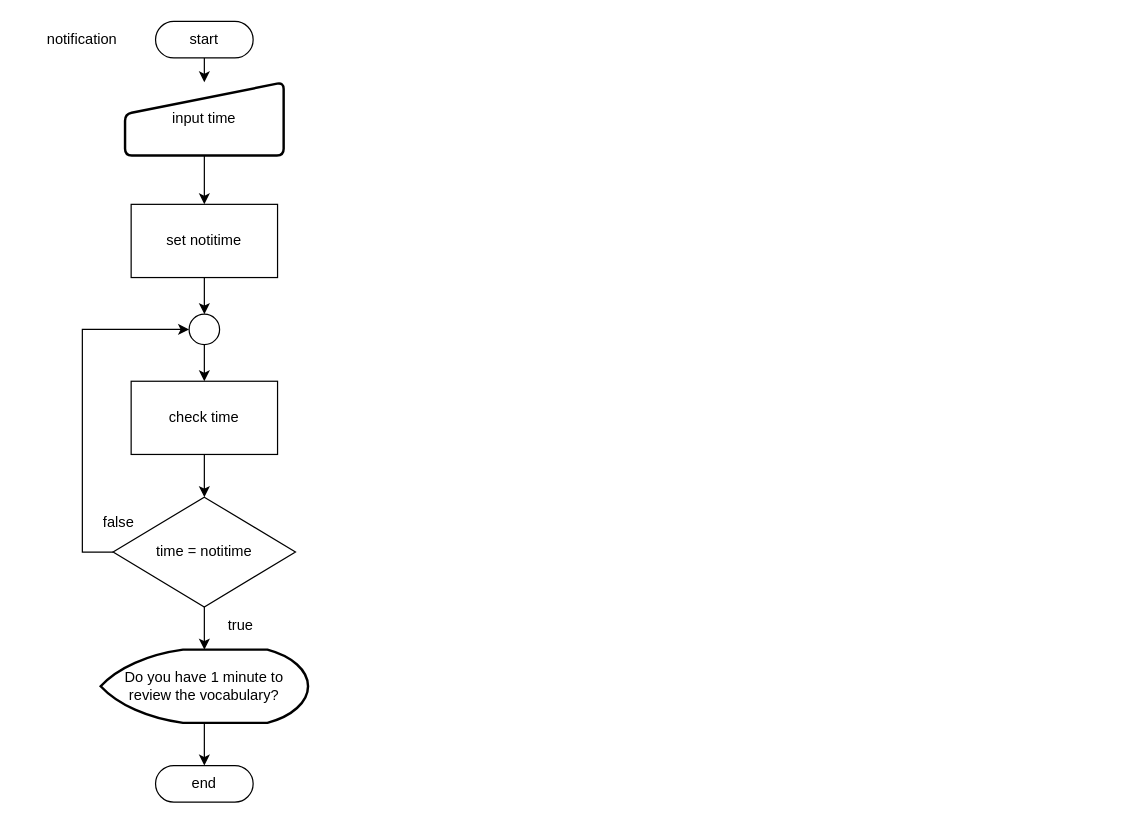
This is page "หน้า-4" (4 of 4) of FowChart.drawio from RachataS/translate_quize_demo, a draw.io file, before an edit. Source tidied: cells renumbered, new cells numbered last; positions are measured from the earlier drawing's top-left corner, leaving out a move shared by most shapes. Both pictures are drawn from the tidied source at 122%, with x=0, y=0 at pixel (21, 21).
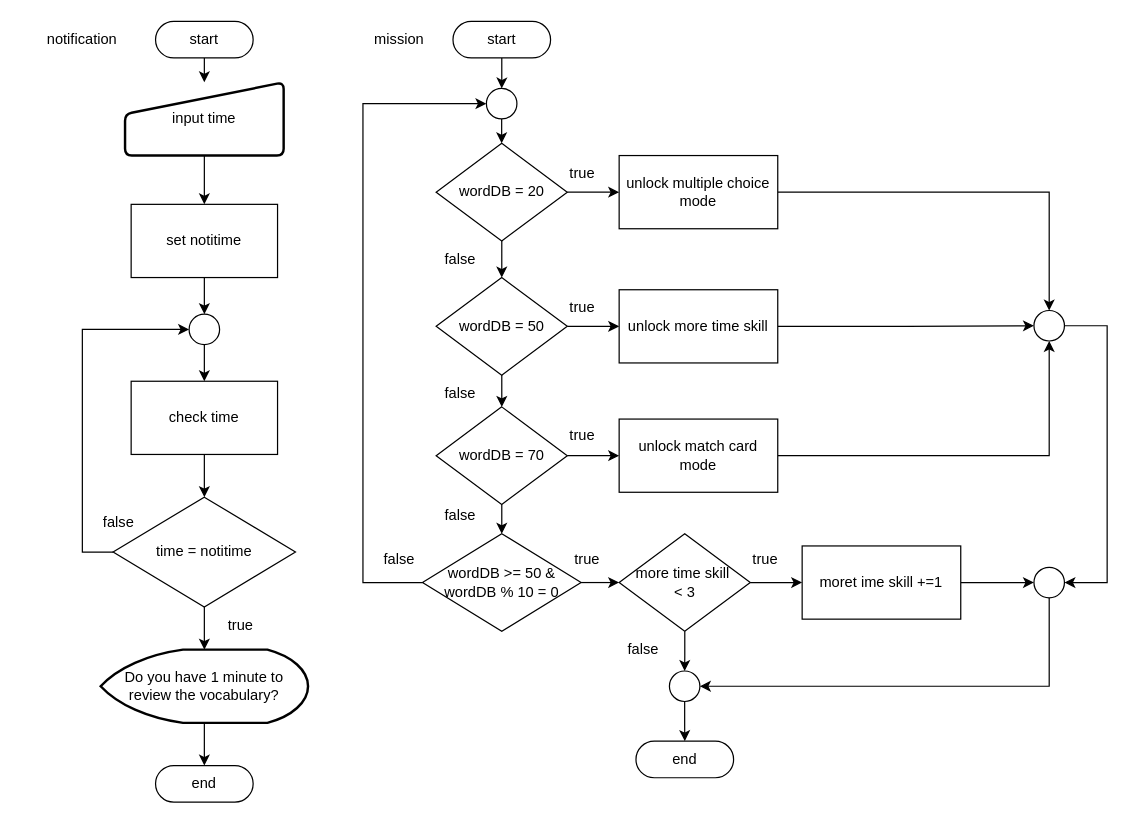
The same diagram, later.

What changed in the source:
```diff
@@
+    <mxCell id="21" value="mission" style="text;html=1;strokeColor=none;fillColor=none;align=center;verticalAlign=middle;whiteSpace=wrap;rounded=0;" parent="1" vertex="1">
+      <mxGeometry x="260" width="100" height="30" as="geometry" />
+    </mxCell>
+    <mxCell id="22" style="edgeStyle=orthogonalEdgeStyle;rounded=0;jettySize=auto;html=1;" parent="1" edge="1" source="23" target="28">
+      <mxGeometry relative="1" as="geometry" />
+    </mxCell>
+    <mxCell id="23" value="start" style="html=1;dashed=0;whiteSpace=wrap;shape=mxgraph.dfd.start;" parent="1" vertex="1">
+      <mxGeometry x="353.8" width="80" height="30" as="geometry" />
+    </mxCell>
+    <mxCell id="24" style="edgeStyle=orthogonalEdgeStyle;rounded=0;jettySize=auto;html=1;" parent="1" edge="1" source="26" target="31">
+      <mxGeometry relative="1" as="geometry" />
+    </mxCell>
+    <mxCell id="25" style="edgeStyle=orthogonalEdgeStyle;rounded=0;jettySize=auto;html=1;" parent="1" edge="1" source="26" target="43">
+      <mxGeometry relative="1" as="geometry" />
+    </mxCell>
+    <mxCell id="26" value="wordDB = 20" style="rhombus;whiteSpace=wrap;html=1;dashed=0;" parent="1" vertex="1">
+      <mxGeometry x="340" y="100" width="107.5" height="80" as="geometry" />
+    </mxCell>
+    <mxCell id="27" style="edgeStyle=orthogonalEdgeStyle;rounded=0;jettySize=auto;html=1;" parent="1" edge="1" source="28" target="26">
+      <mxGeometry relative="1" as="geometry" />
+    </mxCell>
+    <mxCell id="28" style="ellipse;whiteSpace=wrap;html=1;dashed=0;" parent="1" vertex="1">
+      <mxGeometry x="381.2" y="55" width="25" height="25" as="geometry" />
+    </mxCell>
+    <mxCell id="29" style="edgeStyle=orthogonalEdgeStyle;rounded=0;jettySize=auto;html=1;" parent="1" edge="1" source="31" target="34">
+      <mxGeometry relative="1" as="geometry" />
+    </mxCell>
+    <mxCell id="30" style="edgeStyle=orthogonalEdgeStyle;rounded=0;jettySize=auto;html=1;" parent="1" edge="1" source="31" target="45">
+      <mxGeometry relative="1" as="geometry" />
+    </mxCell>
+    <mxCell id="31" value="wordDB&amp;nbsp;= 50" style="rhombus;whiteSpace=wrap;html=1;dashed=0;" parent="1" vertex="1">
+      <mxGeometry x="340" y="210" width="107.5" height="80" as="geometry" />
+    </mxCell>
+    <mxCell id="32" style="edgeStyle=orthogonalEdgeStyle;rounded=0;jettySize=auto;html=1;" parent="1" edge="1" source="34" target="37">
+      <mxGeometry relative="1" as="geometry" />
+    </mxCell>
+    <mxCell id="33" style="edgeStyle=orthogonalEdgeStyle;rounded=0;jettySize=auto;html=1;" parent="1" edge="1" source="34" target="47">
+      <mxGeometry relative="1" as="geometry" />
+    </mxCell>
+    <mxCell id="34" value="wordDB&amp;nbsp;= 70" style="rhombus;whiteSpace=wrap;html=1;dashed=0;" parent="1" vertex="1">
+      <mxGeometry x="340" y="316" width="107.5" height="80" as="geometry" />
+    </mxCell>
+    <mxCell id="35" style="edgeStyle=orthogonalEdgeStyle;rounded=0;jettySize=auto;html=1;entryX=0;entryY=0.5;entryDx=0;entryDy=0;" parent="1" edge="1" source="37" target="28">
+      <mxGeometry relative="1" as="geometry">
+        <Array as="points">
+          <mxPoint x="280" y="460" />
+          <mxPoint x="280" y="68" />
+        </Array>
+      </mxGeometry>
+    </mxCell>
+    <mxCell id="36" style="edgeStyle=orthogonalEdgeStyle;rounded=0;jettySize=auto;html=1;" parent="1" edge="1" source="37">
+      <mxGeometry relative="1" as="geometry">
+        <mxPoint x="490" y="460" as="targetPoint" />
+      </mxGeometry>
+    </mxCell>
+    <mxCell id="37" value="wordDB&amp;nbsp;&amp;gt;= 50 &amp;amp;&lt;br&gt;wordDB&amp;nbsp;% 10 = 0" style="rhombus;whiteSpace=wrap;html=1;dashed=0;" parent="1" vertex="1">
+      <mxGeometry x="328.8" y="420" width="130" height="80" as="geometry" />
+    </mxCell>
+    <mxCell id="38" value="false" style="text;html=1;strokeColor=none;fillColor=none;align=center;verticalAlign=middle;whiteSpace=wrap;rounded=0;" parent="1" vertex="1">
+      <mxGeometry x="330" y="180" width="60" height="30" as="geometry" />
+    </mxCell>
+    <mxCell id="39" value="false" style="text;html=1;strokeColor=none;fillColor=none;align=center;verticalAlign=middle;whiteSpace=wrap;rounded=0;" parent="1" vertex="1">
+      <mxGeometry x="330" y="290" width="60" height="30" as="geometry" />
+    </mxCell>
+    <mxCell id="40" value="false" style="text;html=1;strokeColor=none;fillColor=none;align=center;verticalAlign=middle;whiteSpace=wrap;rounded=0;" parent="1" vertex="1">
+      <mxGeometry x="330" y="390" width="60" height="30" as="geometry" />
+    </mxCell>
+    <mxCell id="41" value="false" style="text;html=1;strokeColor=none;fillColor=none;align=center;verticalAlign=middle;whiteSpace=wrap;rounded=0;" parent="1" vertex="1">
+      <mxGeometry x="280" y="426" width="60" height="30" as="geometry" />
+    </mxCell>
+    <mxCell id="42" style="edgeStyle=orthogonalEdgeStyle;rounded=0;jettySize=auto;html=1;entryX=0.5;entryY=0;entryDx=0;entryDy=0;" parent="1" edge="1" source="43" target="63">
+      <mxGeometry relative="1" as="geometry" />
+    </mxCell>
+    <mxCell id="43" value="unlock multiple choice&lt;br&gt;mode" style="whiteSpace=wrap;html=1;dashed=0;" parent="1" vertex="1">
+      <mxGeometry x="490" y="110" width="130" height="60" as="geometry" />
+    </mxCell>
+    <mxCell id="44" style="edgeStyle=orthogonalEdgeStyle;rounded=0;jettySize=auto;html=1;entryX=0;entryY=0.5;entryDx=0;entryDy=0;" parent="1" edge="1" source="45" target="63">
+      <mxGeometry relative="1" as="geometry" />
+    </mxCell>
+    <mxCell id="45" value="unlock more time skill" style="whiteSpace=wrap;html=1;dashed=0;" parent="1" vertex="1">
+      <mxGeometry x="490" y="220" width="130" height="60" as="geometry" />
+    </mxCell>
+    <mxCell id="46" style="edgeStyle=orthogonalEdgeStyle;rounded=0;jettySize=auto;html=1;entryX=0.5;entryY=1;entryDx=0;entryDy=0;" parent="1" edge="1" source="47" target="63">
+      <mxGeometry relative="1" as="geometry" />
+    </mxCell>
+    <mxCell id="47" value="unlock match card mode" style="whiteSpace=wrap;html=1;dashed=0;" parent="1" vertex="1">
+      <mxGeometry x="490" y="326" width="130" height="60" as="geometry" />
+    </mxCell>
+    <mxCell id="48" style="edgeStyle=orthogonalEdgeStyle;rounded=0;jettySize=auto;html=1;" parent="1" edge="1" source="50" target="52">
+      <mxGeometry relative="1" as="geometry" />
+    </mxCell>
+    <mxCell id="49" style="edgeStyle=orthogonalEdgeStyle;rounded=0;jettySize=auto;html=1;" parent="1" edge="1" source="50" target="60">
+      <mxGeometry relative="1" as="geometry" />
+    </mxCell>
+    <mxCell id="50" value="more time skill&amp;nbsp;&lt;br&gt;&amp;lt; 3" style="rhombus;whiteSpace=wrap;html=1;dashed=0;" parent="1" vertex="1">
+      <mxGeometry x="490" y="420" width="107.5" height="80" as="geometry" />
+    </mxCell>
+    <mxCell id="51" style="edgeStyle=orthogonalEdgeStyle;rounded=0;jettySize=auto;html=1;" parent="1" edge="1" source="52" target="53">
+      <mxGeometry relative="1" as="geometry" />
+    </mxCell>
+    <mxCell id="52" style="ellipse;whiteSpace=wrap;html=1;dashed=0;" parent="1" vertex="1">
+      <mxGeometry x="531.2" y="532.5" width="25" height="25" as="geometry" />
+    </mxCell>
+    <mxCell id="53" value="end" style="html=1;dashed=0;whiteSpace=wrap;shape=mxgraph.dfd.start;" parent="1" vertex="1">
+      <mxGeometry x="503.8" y="590" width="80" height="30" as="geometry" />
+    </mxCell>
+    <mxCell id="54" value="false" style="text;html=1;strokeColor=none;fillColor=none;align=center;verticalAlign=middle;whiteSpace=wrap;rounded=0;" parent="1" vertex="1">
+      <mxGeometry x="480" y="500" width="60" height="30" as="geometry" />
+    </mxCell>
+    <mxCell id="55" value="true" style="text;html=1;strokeColor=none;fillColor=none;align=center;verticalAlign=middle;whiteSpace=wrap;rounded=0;" parent="1" vertex="1">
+      <mxGeometry x="430" y="110" width="60" height="30" as="geometry" />
+    </mxCell>
+    <mxCell id="56" value="true" style="text;html=1;strokeColor=none;fillColor=none;align=center;verticalAlign=middle;whiteSpace=wrap;rounded=0;" parent="1" vertex="1">
+      <mxGeometry x="430" y="220" width="60" height="30" as="geometry" />
+    </mxCell>
+    <mxCell id="57" value="true" style="text;html=1;strokeColor=none;fillColor=none;align=center;verticalAlign=middle;whiteSpace=wrap;rounded=0;" parent="1" vertex="1">
+      <mxGeometry x="430" y="325" width="60" height="30" as="geometry" />
+    </mxCell>
+    <mxCell id="58" value="true" style="text;html=1;strokeColor=none;fillColor=none;align=center;verticalAlign=middle;whiteSpace=wrap;rounded=0;" parent="1" vertex="1">
+      <mxGeometry x="433.8" y="426" width="60" height="30" as="geometry" />
+    </mxCell>
+    <mxCell id="59" style="edgeStyle=orthogonalEdgeStyle;rounded=0;jettySize=auto;html=1;" parent="1" edge="1" source="60" target="65">
+      <mxGeometry relative="1" as="geometry" />
+    </mxCell>
+    <mxCell id="60" value="moret ime skill +=1" style="whiteSpace=wrap;html=1;dashed=0;" parent="1" vertex="1">
+      <mxGeometry x="640" y="430" width="130" height="60" as="geometry" />
+    </mxCell>
+    <mxCell id="61" value="true" style="text;html=1;strokeColor=none;fillColor=none;align=center;verticalAlign=middle;whiteSpace=wrap;rounded=0;" parent="1" vertex="1">
+      <mxGeometry x="580" y="426" width="60" height="30" as="geometry" />
+    </mxCell>
+    <mxCell id="62" style="edgeStyle=orthogonalEdgeStyle;rounded=0;jettySize=auto;html=1;entryX=1;entryY=0.5;entryDx=0;entryDy=0;" parent="1" edge="1" source="63" target="65">
+      <mxGeometry relative="1" as="geometry">
+        <Array as="points">
+          <mxPoint x="890" y="249.5" />
+          <mxPoint x="890" y="460" />
+        </Array>
+      </mxGeometry>
+    </mxCell>
+    <mxCell id="63" style="ellipse;whiteSpace=wrap;html=1;dashed=0;" parent="1" vertex="1">
+      <mxGeometry x="830" y="237" width="25" height="25" as="geometry" />
+    </mxCell>
+    <mxCell id="64" style="edgeStyle=orthogonalEdgeStyle;rounded=0;jettySize=auto;html=1;entryX=1;entryY=0.5;entryDx=0;entryDy=0;" parent="1" edge="1" source="65" target="52">
+      <mxGeometry relative="1" as="geometry">
+        <Array as="points">
+          <mxPoint x="843" y="545" />
+        </Array>
+      </mxGeometry>
+    </mxCell>
+    <mxCell id="65" style="ellipse;whiteSpace=wrap;html=1;dashed=0;" parent="1" vertex="1">
+      <mxGeometry x="830" y="447.5" width="25" height="25" as="geometry" />
+    </mxCell>
```
